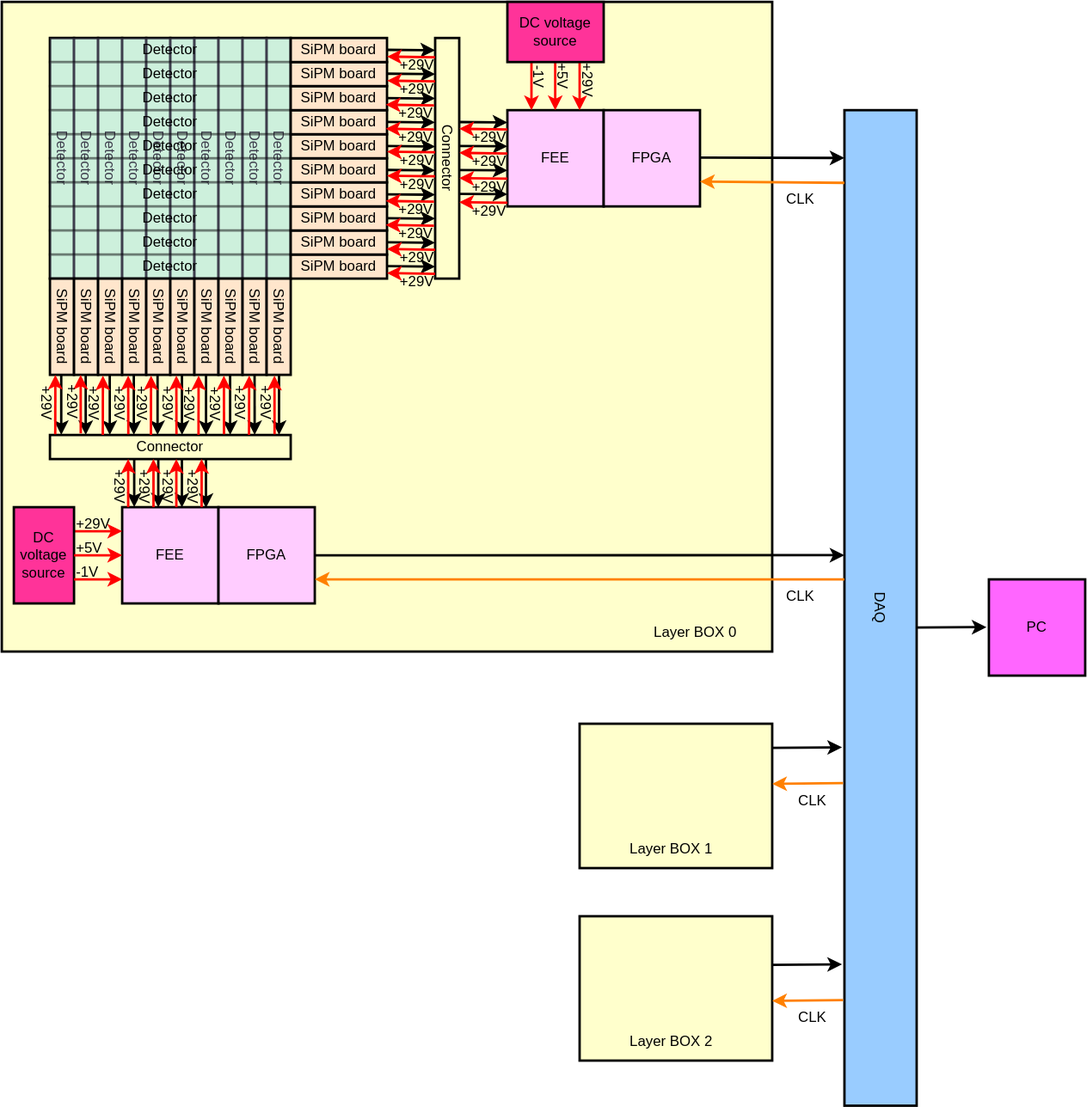
Above: Top.drawio.svg in ShoulongLinn/CIAE_PSdetector (draw.io), before the change. Source tidied: cells renumbered, new cells last; positions are measured from the earlier drawing's top-left corner, leaving out a move shared by most shapes.
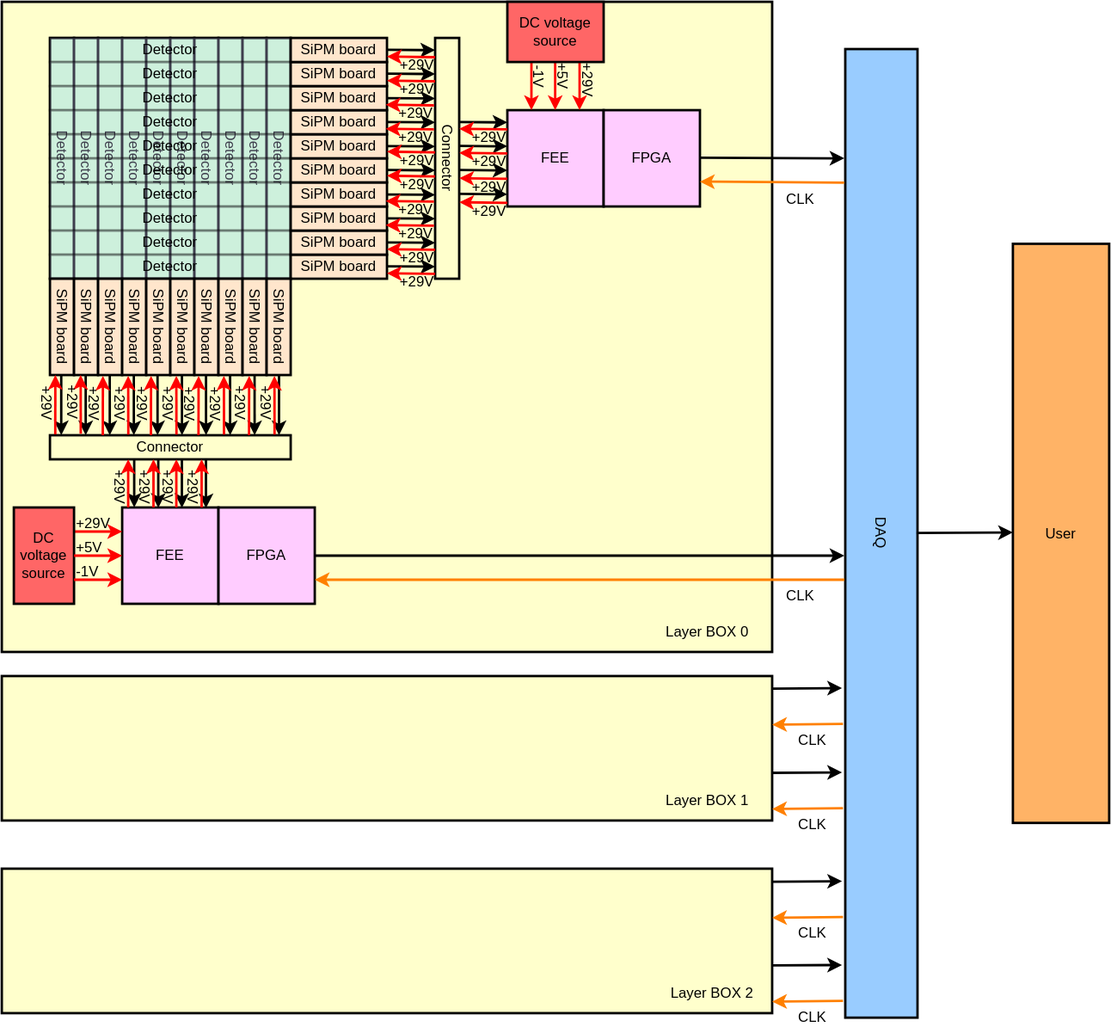
After the commit.

Diff of the diagram source:
```diff
@@ -206,7 +206,7 @@
         <mxPoint x="530" y="90" as="targetPoint" />
       </mxGeometry>
     </mxCell>
-    <mxCell id="53" value="DC voltage source" style="rounded=0;whiteSpace=wrap;html=1;strokeColor=#000000;strokeWidth=2;fontColor=#000000;fillColor=#FF3399;rotation=0;" parent="1" vertex="1">
+    <mxCell id="53" value="DC voltage source" style="rounded=0;whiteSpace=wrap;html=1;strokeColor=#000000;strokeWidth=2;fontColor=#000000;fillColor=#FF6666;rotation=0;" parent="1" vertex="1">
       <mxGeometry x="470" width="80" height="50" as="geometry" />
     </mxCell>
     <mxCell id="54" value="SiPM board" style="rounded=0;whiteSpace=wrap;html=1;strokeColor=#000000;strokeWidth=2;fontColor=#000000;fillColor=#FFE6CC;rotation=90;" parent="1" vertex="1">
@@ -337,7 +337,7 @@
         <mxPoint x="150" y="440" as="targetPoint" />
       </mxGeometry>
     </mxCell>
-    <mxCell id="82" value="DC voltage source" style="rounded=0;whiteSpace=wrap;html=1;strokeColor=#000000;strokeWidth=2;fontColor=#000000;fillColor=#FF3399;rotation=0;" parent="1" vertex="1">
+    <mxCell id="82" value="DC voltage source" style="rounded=0;whiteSpace=wrap;html=1;strokeColor=#000000;strokeWidth=2;fontColor=#000000;fillColor=#FF6666;rotation=0;" parent="1" vertex="1">
       <mxGeometry x="60" y="420" width="50" height="80" as="geometry" />
     </mxCell>
     <mxCell id="83" style="endArrow=classic;html=1;fontColor=#000000;strokeColor=#FF0000;strokeWidth=2;" parent="1" edge="1">
@@ -371,19 +371,21 @@
       <mxGeometry x="485" y="56" width="30" height="20" as="geometry" />
     </mxCell>
     <mxCell id="91" value="DAQ" style="rounded=0;whiteSpace=wrap;html=1;strokeColor=#000000;strokeWidth=2;fontColor=#000000;fillColor=#99CCFF;rotation=90;" parent="1" vertex="1">
-      <mxGeometry x="366.2" y="473.8" width="827.5" height="60" as="geometry" />
+      <mxGeometry x="378.5" y="411.5" width="804.5" height="60" as="geometry" />
     </mxCell>
-    <mxCell id="92" style="endArrow=classic;html=1;fontColor=#000000;strokeColor=#000000;strokeWidth=2;entryX=0.048;entryY=1;entryDx=0;entryDy=0;entryPerimeter=0;" parent="1" edge="1" target="91">
+    <mxCell id="92" style="endArrow=classic;html=1;fontColor=#000000;strokeColor=#000000;strokeWidth=2;" parent="1" edge="1">
       <mxGeometry relative="1" as="geometry">
         <mxPoint x="630" y="129.5" as="sourcePoint" />
+        <mxPoint x="750" y="130" as="targetPoint" />
       </mxGeometry>
     </mxCell>
-    <mxCell id="93" style="endArrow=classic;html=1;fontColor=#000000;strokeColor=#000000;strokeWidth=2;entryX=0.447;entryY=1;entryDx=0;entryDy=0;entryPerimeter=0;" parent="1" edge="1" target="91">
+    <mxCell id="93" style="endArrow=classic;html=1;fontColor=#000000;strokeColor=#000000;strokeWidth=2;" parent="1" edge="1">
       <mxGeometry relative="1" as="geometry">
         <mxPoint x="310" y="460" as="sourcePoint" />
+        <mxPoint x="750" y="460" as="targetPoint" />
       </mxGeometry>
     </mxCell>
-    <mxCell id="94" style="endArrow=classic;html=1;fontColor=#000000;strokeColor=#FF8000;strokeWidth=2;exitX=0.073;exitY=1;exitDx=0;exitDy=0;exitPerimeter=0;" parent="1" edge="1" source="91">
+    <mxCell id="94" style="endArrow=classic;html=1;fontColor=#000000;strokeColor=#FF8000;strokeWidth=2;exitX=0.138;exitY=1.015;exitDx=0;exitDy=0;exitPerimeter=0;" parent="1" edge="1" source="91">
       <mxGeometry relative="1" as="geometry">
         <mxPoint x="630" y="149.3" as="targetPoint" />
       </mxGeometry>
@@ -650,57 +652,89 @@
     <mxCell id="153" value="&lt;span style=&quot;color: rgb(0, 0, 0); font-family: Helvetica; font-size: 12px; font-style: normal; font-variant-ligatures: normal; font-variant-caps: normal; font-weight: 400; letter-spacing: normal; orphans: 2; text-align: center; text-indent: 0px; text-transform: none; widows: 2; word-spacing: 0px; -webkit-text-stroke-width: 0px; text-decoration-thickness: initial; text-decoration-style: initial; text-decoration-color: initial; float: none; display: inline !important;&quot;&gt;+29V&lt;/span&gt;" style="text;whiteSpace=wrap;html=1;fontColor=#000000;rotation=0;" parent="1" vertex="1">
       <mxGeometry x="439" y="99" width="30" height="20" as="geometry" />
     </mxCell>
-    <mxCell id="154" value="PC" style="rounded=0;whiteSpace=wrap;html=1;strokeColor=#000000;strokeWidth=2;fontColor=#000000;fillColor=#FF66FF;rotation=0;" parent="1" vertex="1">
-      <mxGeometry x="870" y="480" width="80" height="80" as="geometry" />
+    <mxCell id="154" value="User" style="rounded=0;whiteSpace=wrap;html=1;strokeColor=#000000;strokeWidth=2;fontColor=#000000;fillColor=#FFB366;rotation=0;" parent="1" vertex="1">
+      <mxGeometry x="890" y="201" width="80" height="481" as="geometry" />
     </mxCell>
     <mxCell id="155" value="&lt;span style=&quot;color: rgb(0, 0, 0); font-family: Helvetica; font-size: 12px; font-style: normal; font-variant-ligatures: normal; font-variant-caps: normal; font-weight: 400; letter-spacing: normal; orphans: 2; text-align: center; text-indent: 0px; text-transform: none; widows: 2; word-spacing: 0px; -webkit-text-stroke-width: 0px; text-decoration-thickness: initial; text-decoration-style: initial; text-decoration-color: initial; float: none; display: inline !important;&quot;&gt;Layer BOX 0&lt;/span&gt;" style="text;whiteSpace=wrap;html=1;fontColor=#000000;" parent="1" vertex="1">
-      <mxGeometry x="590" y="510" width="90" height="20" as="geometry" />
+      <mxGeometry x="600" y="510" width="90" height="20" as="geometry" />
     </mxCell>
     <mxCell id="156" style="rounded=0;whiteSpace=wrap;html=1;strokeColor=#000000;strokeWidth=2;fontColor=#000000;fillColor=#FFFFCC;rotation=0;" parent="1" vertex="1">
-      <mxGeometry x="530" y="600" width="160" height="120" as="geometry" />
+      <mxGeometry x="50" y="560" width="640" height="120" as="geometry" />
     </mxCell>
     <mxCell id="157" value="&lt;span style=&quot;color: rgb(0, 0, 0); font-family: Helvetica; font-size: 12px; font-style: normal; font-variant-ligatures: normal; font-variant-caps: normal; font-weight: 400; letter-spacing: normal; orphans: 2; text-align: center; text-indent: 0px; text-transform: none; widows: 2; word-spacing: 0px; -webkit-text-stroke-width: 0px; text-decoration-thickness: initial; text-decoration-style: initial; text-decoration-color: initial; float: none; display: inline !important;&quot;&gt;Layer BOX 1&lt;/span&gt;" style="text;whiteSpace=wrap;html=1;fontColor=#000000;" parent="1" vertex="1">
-      <mxGeometry x="570" y="690" width="130" height="20" as="geometry" />
+      <mxGeometry x="600" y="650.4" width="80" height="20" as="geometry" />
     </mxCell>
     <mxCell id="158" style="rounded=0;whiteSpace=wrap;html=1;strokeColor=#000000;strokeWidth=2;fontColor=#000000;fillColor=#FFFFCC;rotation=0;" parent="1" vertex="1">
-      <mxGeometry x="530" y="760" width="160" height="120" as="geometry" />
+      <mxGeometry x="50" y="720" width="640" height="120" as="geometry" />
     </mxCell>
     <mxCell id="159" value="&lt;span style=&quot;color: rgb(0, 0, 0); font-family: Helvetica; font-size: 12px; font-style: normal; font-variant-ligatures: normal; font-variant-caps: normal; font-weight: 400; letter-spacing: normal; orphans: 2; text-align: center; text-indent: 0px; text-transform: none; widows: 2; word-spacing: 0px; -webkit-text-stroke-width: 0px; text-decoration-thickness: initial; text-decoration-style: initial; text-decoration-color: initial; float: none; display: inline !important;&quot;&gt;Layer BOX 2&lt;/span&gt;" style="text;whiteSpace=wrap;html=1;fontColor=#000000;" parent="1" vertex="1">
-      <mxGeometry x="570" y="850" width="130" height="20" as="geometry" />
+      <mxGeometry x="604" y="810" width="90" height="20" as="geometry" />
     </mxCell>
-    <mxCell id="160" style="endArrow=classic;html=1;fontColor=#000000;strokeColor=#000000;strokeWidth=2;entryX=0.64;entryY=1.033;entryDx=0;entryDy=0;entryPerimeter=0;" parent="1" edge="1" target="91">
+    <mxCell id="160" style="endArrow=classic;html=1;fontColor=#000000;strokeColor=#000000;strokeWidth=2;entryX=0.64;entryY=1.033;entryDx=0;entryDy=0;entryPerimeter=0;" parent="1" edge="1">
       <mxGeometry relative="1" as="geometry">
-        <mxPoint x="690" y="620" as="sourcePoint" />
+        <mxPoint x="690" y="570.4" as="sourcePoint" />
+        <mxPoint x="748" y="570" as="targetPoint" />
       </mxGeometry>
     </mxCell>
-    <mxCell id="161" style="endArrow=classic;html=1;fontColor=#000000;strokeColor=#FF8000;strokeWidth=2;exitX=0.676;exitY=1.019;exitDx=0;exitDy=0;exitPerimeter=0;" parent="1" edge="1" source="91">
+    <mxCell id="161" style="endArrow=classic;html=1;fontColor=#000000;strokeColor=#FF8000;strokeWidth=2;exitX=0.676;exitY=1.019;exitDx=0;exitDy=0;exitPerimeter=0;" parent="1" edge="1">
       <mxGeometry relative="1" as="geometry">
-        <mxPoint x="690" y="650" as="targetPoint" />
+        <mxPoint x="748.9" y="599.8" as="sourcePoint" />
+        <mxPoint x="690" y="600.4" as="targetPoint" />
       </mxGeometry>
     </mxCell>
     <mxCell id="162" style="endArrow=classic;html=1;fontColor=#000000;strokeColor=#000000;strokeWidth=2;entryX=0.64;entryY=1.033;entryDx=0;entryDy=0;entryPerimeter=0;" parent="1" edge="1">
       <mxGeometry relative="1" as="geometry">
-        <mxPoint x="690" y="800.4" as="sourcePoint" />
-        <mxPoint x="748" y="800" as="targetPoint" />
+        <mxPoint x="690" y="730.8" as="sourcePoint" />
+        <mxPoint x="748" y="730.4" as="targetPoint" />
       </mxGeometry>
     </mxCell>
     <mxCell id="163" style="endArrow=classic;html=1;fontColor=#000000;strokeColor=#FF8000;strokeWidth=2;exitX=0.676;exitY=1.019;exitDx=0;exitDy=0;exitPerimeter=0;" parent="1" edge="1">
       <mxGeometry relative="1" as="geometry">
-        <mxPoint x="748.9" y="829.8" as="sourcePoint" />
-        <mxPoint x="690" y="830.4" as="targetPoint" />
+        <mxPoint x="748.9" y="760.2" as="sourcePoint" />
+        <mxPoint x="690" y="760.8" as="targetPoint" />
       </mxGeometry>
     </mxCell>
     <mxCell id="164" value="&lt;span style=&quot;color: rgb(0, 0, 0); font-family: Helvetica; font-size: 12px; font-style: normal; font-variant-ligatures: normal; font-variant-caps: normal; font-weight: 400; letter-spacing: normal; orphans: 2; text-align: center; text-indent: 0px; text-transform: none; widows: 2; word-spacing: 0px; -webkit-text-stroke-width: 0px; text-decoration-thickness: initial; text-decoration-style: initial; text-decoration-color: initial; float: none; display: inline !important;&quot;&gt;CLK&lt;/span&gt;" style="text;whiteSpace=wrap;html=1;fontColor=#000000;rotation=0;" parent="1" vertex="1">
-      <mxGeometry x="710" y="650" width="30" height="20" as="geometry" />
+      <mxGeometry x="710" y="600.4" width="30" height="20" as="geometry" />
     </mxCell>
     <mxCell id="165" value="&lt;span style=&quot;color: rgb(0, 0, 0); font-family: Helvetica; font-size: 12px; font-style: normal; font-variant-ligatures: normal; font-variant-caps: normal; font-weight: 400; letter-spacing: normal; orphans: 2; text-align: center; text-indent: 0px; text-transform: none; widows: 2; word-spacing: 0px; -webkit-text-stroke-width: 0px; text-decoration-thickness: initial; text-decoration-style: initial; text-decoration-color: initial; float: none; display: inline !important;&quot;&gt;CLK&lt;/span&gt;" style="text;whiteSpace=wrap;html=1;fontColor=#000000;rotation=0;" parent="1" vertex="1">
-      <mxGeometry x="710" y="830" width="30" height="20" as="geometry" />
+      <mxGeometry x="710" y="760.4" width="30" height="20" as="geometry" />
     </mxCell>
-    <mxCell id="166" style="endArrow=classic;html=1;fontColor=#000000;strokeColor=#000000;strokeWidth=2;entryX=0.64;entryY=1.033;entryDx=0;entryDy=0;entryPerimeter=0;" parent="1" edge="1">
+    <mxCell id="166" style="endArrow=classic;html=1;fontColor=#000000;strokeColor=#000000;strokeWidth=2;" parent="1" edge="1">
       <mxGeometry relative="1" as="geometry">
-        <mxPoint x="810" y="520.1" as="sourcePoint" />
-        <mxPoint x="868" y="519.7" as="targetPoint" />
+        <mxPoint x="810" y="441.2" as="sourcePoint" />
+        <mxPoint x="890" y="440.8" as="targetPoint" />
       </mxGeometry>
     </mxCell>
+    <mxCell id="167" style="endArrow=classic;html=1;fontColor=#000000;strokeColor=#000000;strokeWidth=2;entryX=0.64;entryY=1.033;entryDx=0;entryDy=0;entryPerimeter=0;" parent="1" edge="1">
+      <mxGeometry relative="1" as="geometry">
+        <mxPoint x="690" y="640.4" as="sourcePoint" />
+        <mxPoint x="748" y="640" as="targetPoint" />
+      </mxGeometry>
+    </mxCell>
+    <mxCell id="168" style="endArrow=classic;html=1;fontColor=#000000;strokeColor=#FF8000;strokeWidth=2;exitX=0.676;exitY=1.019;exitDx=0;exitDy=0;exitPerimeter=0;" parent="1" edge="1">
+      <mxGeometry relative="1" as="geometry">
+        <mxPoint x="748.9" y="669.8" as="sourcePoint" />
+        <mxPoint x="690" y="670.4" as="targetPoint" />
+      </mxGeometry>
+    </mxCell>
+    <mxCell id="169" value="&lt;span style=&quot;color: rgb(0, 0, 0); font-family: Helvetica; font-size: 12px; font-style: normal; font-variant-ligatures: normal; font-variant-caps: normal; font-weight: 400; letter-spacing: normal; orphans: 2; text-align: center; text-indent: 0px; text-transform: none; widows: 2; word-spacing: 0px; -webkit-text-stroke-width: 0px; text-decoration-thickness: initial; text-decoration-style: initial; text-decoration-color: initial; float: none; display: inline !important;&quot;&gt;CLK&lt;/span&gt;" style="text;whiteSpace=wrap;html=1;fontColor=#000000;rotation=0;" parent="1" vertex="1">
+      <mxGeometry x="710" y="670.4" width="30" height="20" as="geometry" />
+    </mxCell>
+    <mxCell id="170" style="endArrow=classic;html=1;fontColor=#000000;strokeColor=#000000;strokeWidth=2;entryX=0.64;entryY=1.033;entryDx=0;entryDy=0;entryPerimeter=0;" parent="1" edge="1">
+      <mxGeometry relative="1" as="geometry">
+        <mxPoint x="690" y="800.4" as="sourcePoint" />
+        <mxPoint x="748" y="800" as="targetPoint" />
+      </mxGeometry>
+    </mxCell>
+    <mxCell id="171" style="endArrow=classic;html=1;fontColor=#000000;strokeColor=#FF8000;strokeWidth=2;exitX=0.676;exitY=1.019;exitDx=0;exitDy=0;exitPerimeter=0;" parent="1" edge="1">
+      <mxGeometry relative="1" as="geometry">
+        <mxPoint x="748.9" y="829.8" as="sourcePoint" />
+        <mxPoint x="690" y="830.4" as="targetPoint" />
+      </mxGeometry>
+    </mxCell>
+    <mxCell id="172" value="&lt;span style=&quot;color: rgb(0, 0, 0); font-family: Helvetica; font-size: 12px; font-style: normal; font-variant-ligatures: normal; font-variant-caps: normal; font-weight: 400; letter-spacing: normal; orphans: 2; text-align: center; text-indent: 0px; text-transform: none; widows: 2; word-spacing: 0px; -webkit-text-stroke-width: 0px; text-decoration-thickness: initial; text-decoration-style: initial; text-decoration-color: initial; float: none; display: inline !important;&quot;&gt;CLK&lt;/span&gt;" style="text;whiteSpace=wrap;html=1;fontColor=#000000;rotation=0;" parent="1" vertex="1">
+      <mxGeometry x="710" y="830.4" width="30" height="20" as="geometry" />
+    </mxCell>
   </root>
 </mxGraphModel>
```
